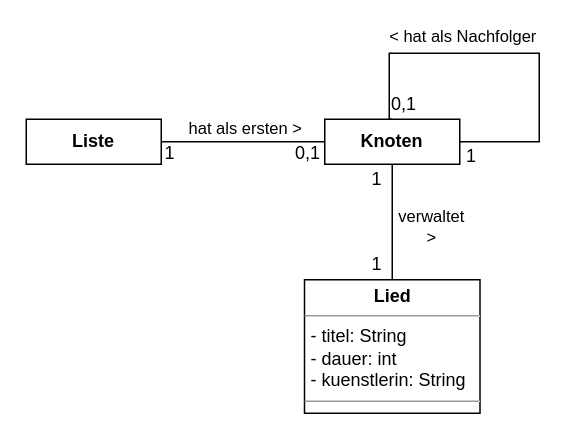
Before: page "Seite-14" (14 of 14) of Liste.drawio in JoernWVSG/diagram, a draw.io diagram. Source tidied: cells renumbered, new cells numbered last; positions are measured from the earlier drawing's top-left corner, leaving out a move shared by most shapes. Both pictures are drawn from the tidied source at 150%, with x=0, y=0 at pixel (26, 52).
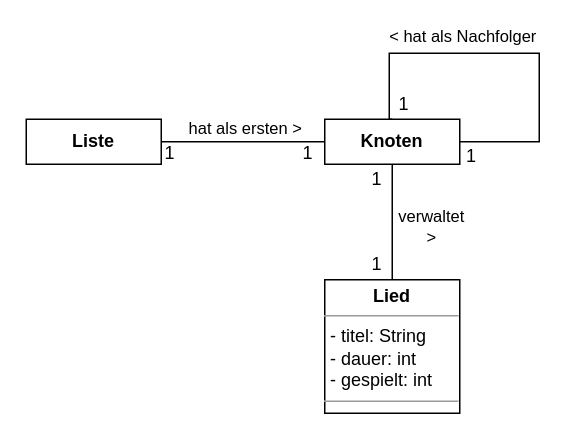
The same diagram, later.

What changed in the source:
```diff
@@
-    <mxCell id="9" value="0,1" style="text;html=1;align=center;verticalAlign=middle;whiteSpace=wrap;rounded=0;" parent="1" vertex="1">
+    <mxCell id="9" value="1" style="text;html=1;align=center;verticalAlign=middle;whiteSpace=wrap;rounded=0;" parent="1" vertex="1">
       <mxGeometry x="179" y="57" width="18" height="20" as="geometry" />
     </mxCell>
@@
-    <mxCell id="12" value="0,1" style="text;html=1;align=center;verticalAlign=middle;whiteSpace=wrap;rounded=0;" parent="1" vertex="1">
+    <mxCell id="12" value="1" style="text;html=1;align=center;verticalAlign=middle;whiteSpace=wrap;rounded=0;" parent="1" vertex="1">
       <mxGeometry x="243" y="24" width="18" height="20" as="geometry" />
     </mxCell>
@@
-    <mxCell id="16" value="&lt;p style=&quot;margin: 0px ; margin-top: 4px ; text-align: center&quot;&gt;&lt;b&gt;Lied&lt;/b&gt;&lt;br&gt;&lt;/p&gt;&lt;hr size=&quot;1&quot;&gt;&lt;p style=&quot;margin: 0px ; margin-left: 4px&quot;&gt;- titel: String&lt;br&gt;&lt;/p&gt;&lt;p style=&quot;margin: 0px ; margin-left: 4px&quot;&gt;- dauer: int&lt;/p&gt;&lt;p style=&quot;margin: 0px ; margin-left: 4px&quot;&gt;- kuenstlerin: String&lt;br&gt;&lt;/p&gt;&lt;hr size=&quot;1&quot;&gt;&lt;br&gt;&amp;nbsp;" style="verticalAlign=top;align=left;overflow=fill;fontSize=12;fontFamily=Helvetica;html=1;" parent="1" vertex="1">
-      <mxGeometry x="185.5" y="151" width="117" height="89" as="geometry" />
+    <mxCell id="16" value="&lt;p style=&quot;margin: 0px ; margin-top: 4px ; text-align: center&quot;&gt;&lt;b&gt;Lied&lt;/b&gt;&lt;br&gt;&lt;/p&gt;&lt;hr size=&quot;1&quot;&gt;&lt;p style=&quot;margin: 0px ; margin-left: 4px&quot;&gt;- titel: String&lt;br&gt;&lt;/p&gt;&lt;p style=&quot;margin: 0px ; margin-left: 4px&quot;&gt;- dauer: int&lt;/p&gt;&lt;p style=&quot;margin: 0px ; margin-left: 4px&quot;&gt;- gespielt: int&lt;br&gt;&lt;/p&gt;&lt;hr size=&quot;1&quot;&gt;&lt;br&gt;&amp;nbsp;" style="verticalAlign=top;align=left;overflow=fill;fontSize=12;fontFamily=Helvetica;html=1;" parent="1" vertex="1">
+      <mxGeometry x="199" y="151" width="90" height="89" as="geometry" />
     </mxCell>
```
